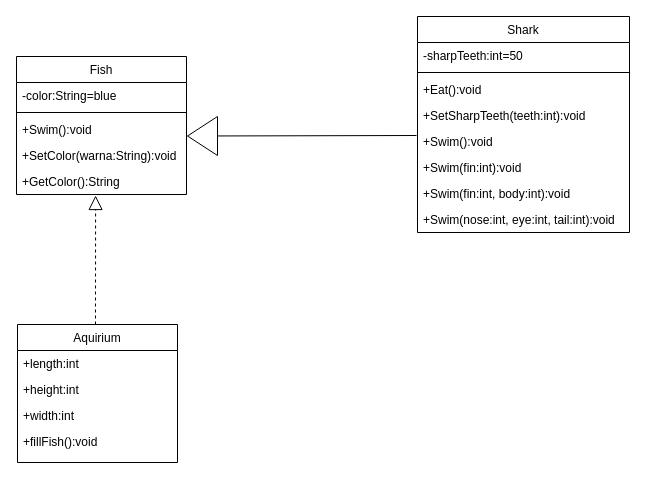
Above: Exercise1ClassDiagram.drawio in aiin-syafikah/Week-2 (draw.io), before the change. Source tidied: cells renumbered, new cells numbered last; positions are measured from the earlier drawing's top-left corner, leaving out a move shared by most shapes. Both pictures are drawn from the tidied source at 100%, with x=0, y=0 at pixel (16, 16).
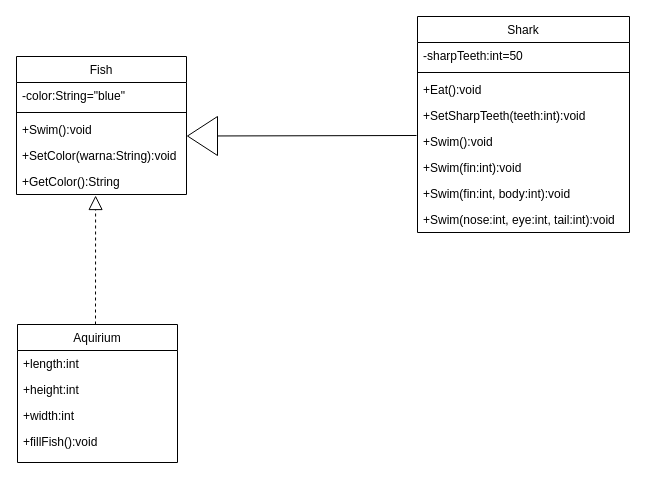
After the change.

The change refers to these unchanged cells:
```xml
<mxCell id="2" value="Fish" style="swimlane;fontStyle=0;align=center;verticalAlign=top;horizontal=1;startSize=26;rounded=0;shadow=0;strokeWidth=1;" parent="1" vertex="1">
  <mxGeometry y="40" width="170" height="138" as="geometry" />
</mxCell>
```

Diff of the diagram source:
```diff
@@
-    <mxCell id="3" value="-color:String=blue" style="text;align=left;verticalAlign=top;spacingLeft=4;spacingRight=4;overflow=hidden;" parent="2" vertex="1">
+    <mxCell id="3" value="-color:String=&quot;blue&quot;" style="text;align=left;verticalAlign=top;spacingLeft=4;spacingRight=4;overflow=hidden;" parent="2" vertex="1">
       <mxGeometry y="26" width="170" height="26" as="geometry" />
     </mxCell>
```
